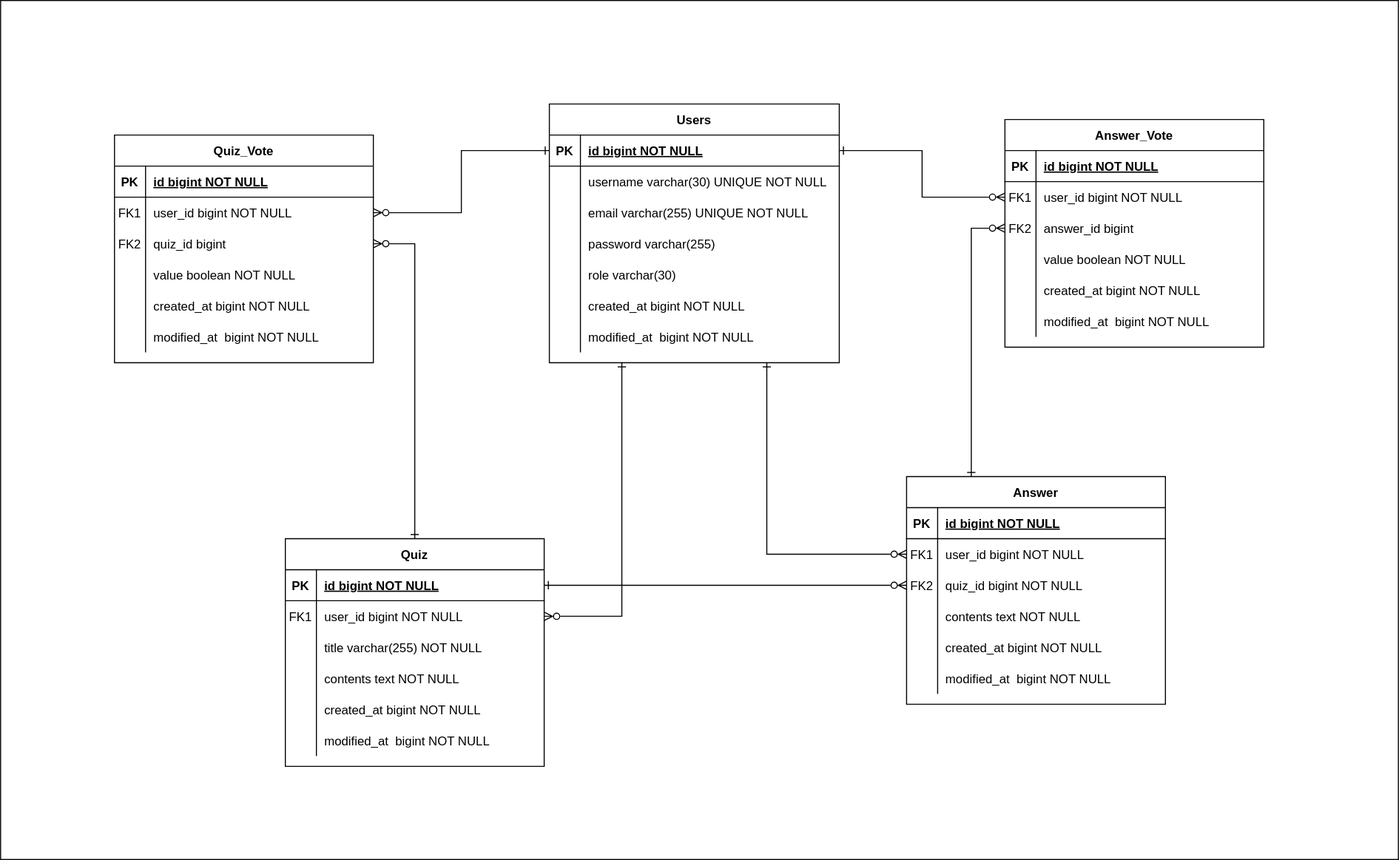
Earlier version of the draw.io export document/erd.svg (leesh5000/Quiz-Moa-BE). Source tidied: cells renumbered, new cells last; positions are measured from the earlier drawing's top-left corner, leaving out a move shared by most shapes.
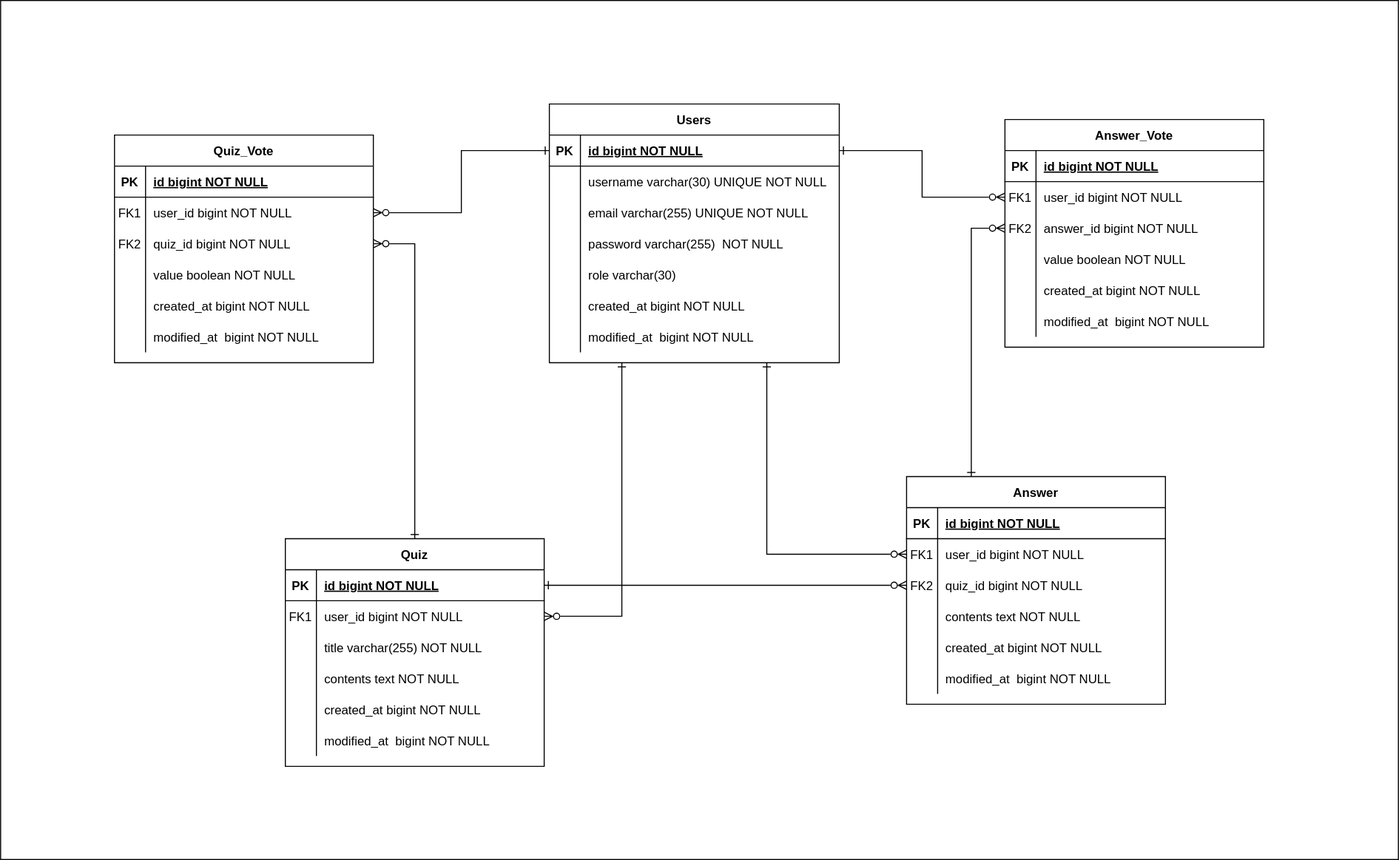
The same file after the commit.

Commit message:
#34 - NOT NULL 추가

Change to the diagram source:
```diff
@@ -155,7 +155,7 @@
     <mxCell id="52" style="shape=partialRectangle;overflow=hidden;fillColor=none;top=0;left=0;bottom=0;right=0;" parent="51" vertex="1">
       <mxGeometry width="30" height="30" as="geometry" />
     </mxCell>
-    <mxCell id="53" value="password varchar(255)" style="shape=partialRectangle;overflow=hidden;fillColor=none;top=0;left=0;bottom=0;right=0;align=left;spacingLeft=6;" parent="51" vertex="1">
+    <mxCell id="53" value="password varchar(255)  NOT NULL" style="shape=partialRectangle;overflow=hidden;fillColor=none;top=0;left=0;bottom=0;right=0;align=left;spacingLeft=6;" parent="51" vertex="1">
       <mxGeometry x="30" width="250" height="30" as="geometry" />
     </mxCell>
     <mxCell id="54" style="shape=partialRectangle;fillColor=none;top=0;left=0;right=0;bottom=0;" parent="41" vertex="1">
@@ -212,7 +212,7 @@
     <mxCell id="71" value="FK2" style="shape=partialRectangle;overflow=hidden;fillColor=none;top=0;left=0;bottom=0;right=0;" parent="70" vertex="1">
       <mxGeometry width="30" height="30" as="geometry" />
     </mxCell>
-    <mxCell id="72" value="quiz_id bigint" style="shape=partialRectangle;overflow=hidden;fillColor=none;top=0;left=0;bottom=0;right=0;align=left;spacingLeft=6;" parent="70" vertex="1">
+    <mxCell id="72" value="quiz_id bigint NOT NULL" style="shape=partialRectangle;overflow=hidden;fillColor=none;top=0;left=0;bottom=0;right=0;align=left;spacingLeft=6;" parent="70" vertex="1">
       <mxGeometry x="30" width="220" height="30" as="geometry" />
     </mxCell>
     <mxCell id="73" style="shape=partialRectangle;fillColor=none;top=0;left=0;right=0;bottom=0;" parent="63" vertex="1">
@@ -269,7 +269,7 @@
     <mxCell id="90" value="FK2" style="shape=partialRectangle;overflow=hidden;fillColor=none;top=0;left=0;bottom=0;right=0;" parent="89" vertex="1">
       <mxGeometry width="30" height="30" as="geometry" />
     </mxCell>
-    <mxCell id="91" value="answer_id bigint" style="shape=partialRectangle;overflow=hidden;fillColor=none;top=0;left=0;bottom=0;right=0;align=left;spacingLeft=6;" parent="89" vertex="1">
+    <mxCell id="91" value="answer_id bigint NOT NULL" style="shape=partialRectangle;overflow=hidden;fillColor=none;top=0;left=0;bottom=0;right=0;align=left;spacingLeft=6;" parent="89" vertex="1">
       <mxGeometry x="30" width="220" height="30" as="geometry" />
     </mxCell>
     <mxCell id="92" style="shape=partialRectangle;fillColor=none;top=0;left=0;right=0;bottom=0;" parent="82" vertex="1">
```
